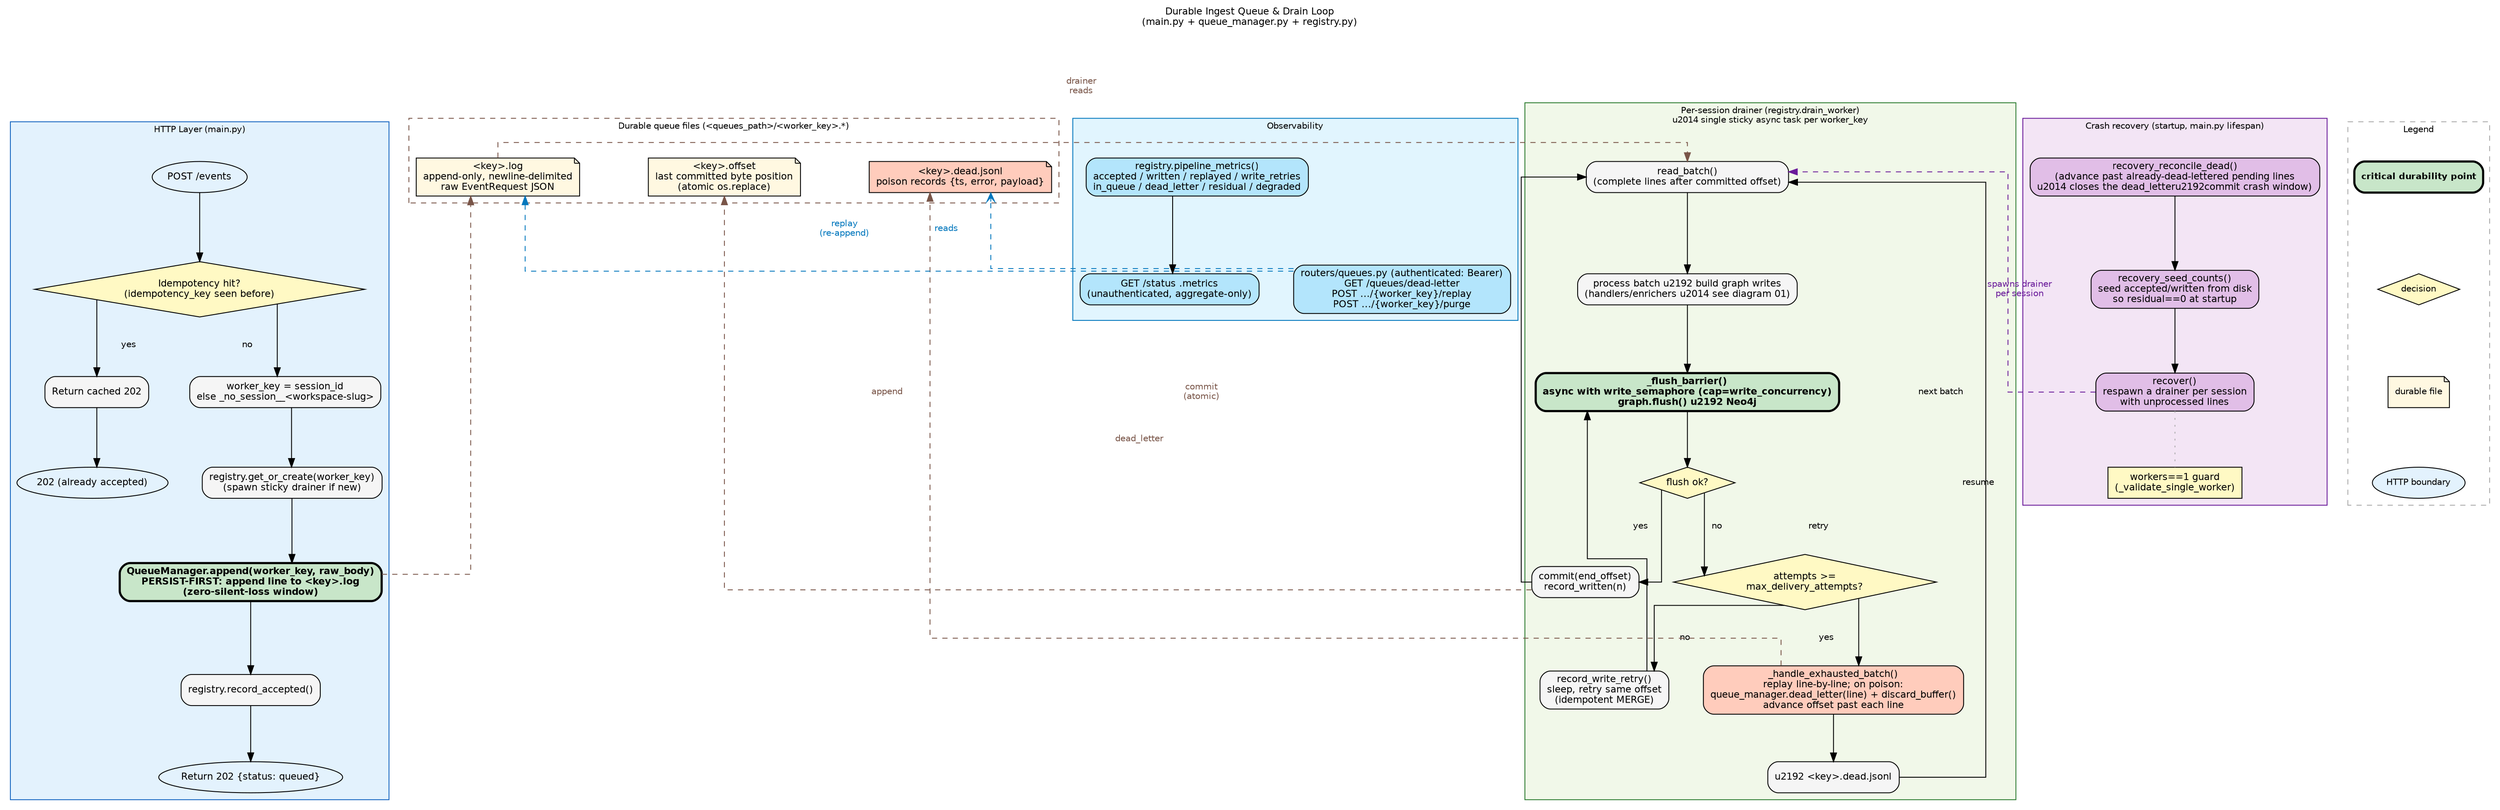
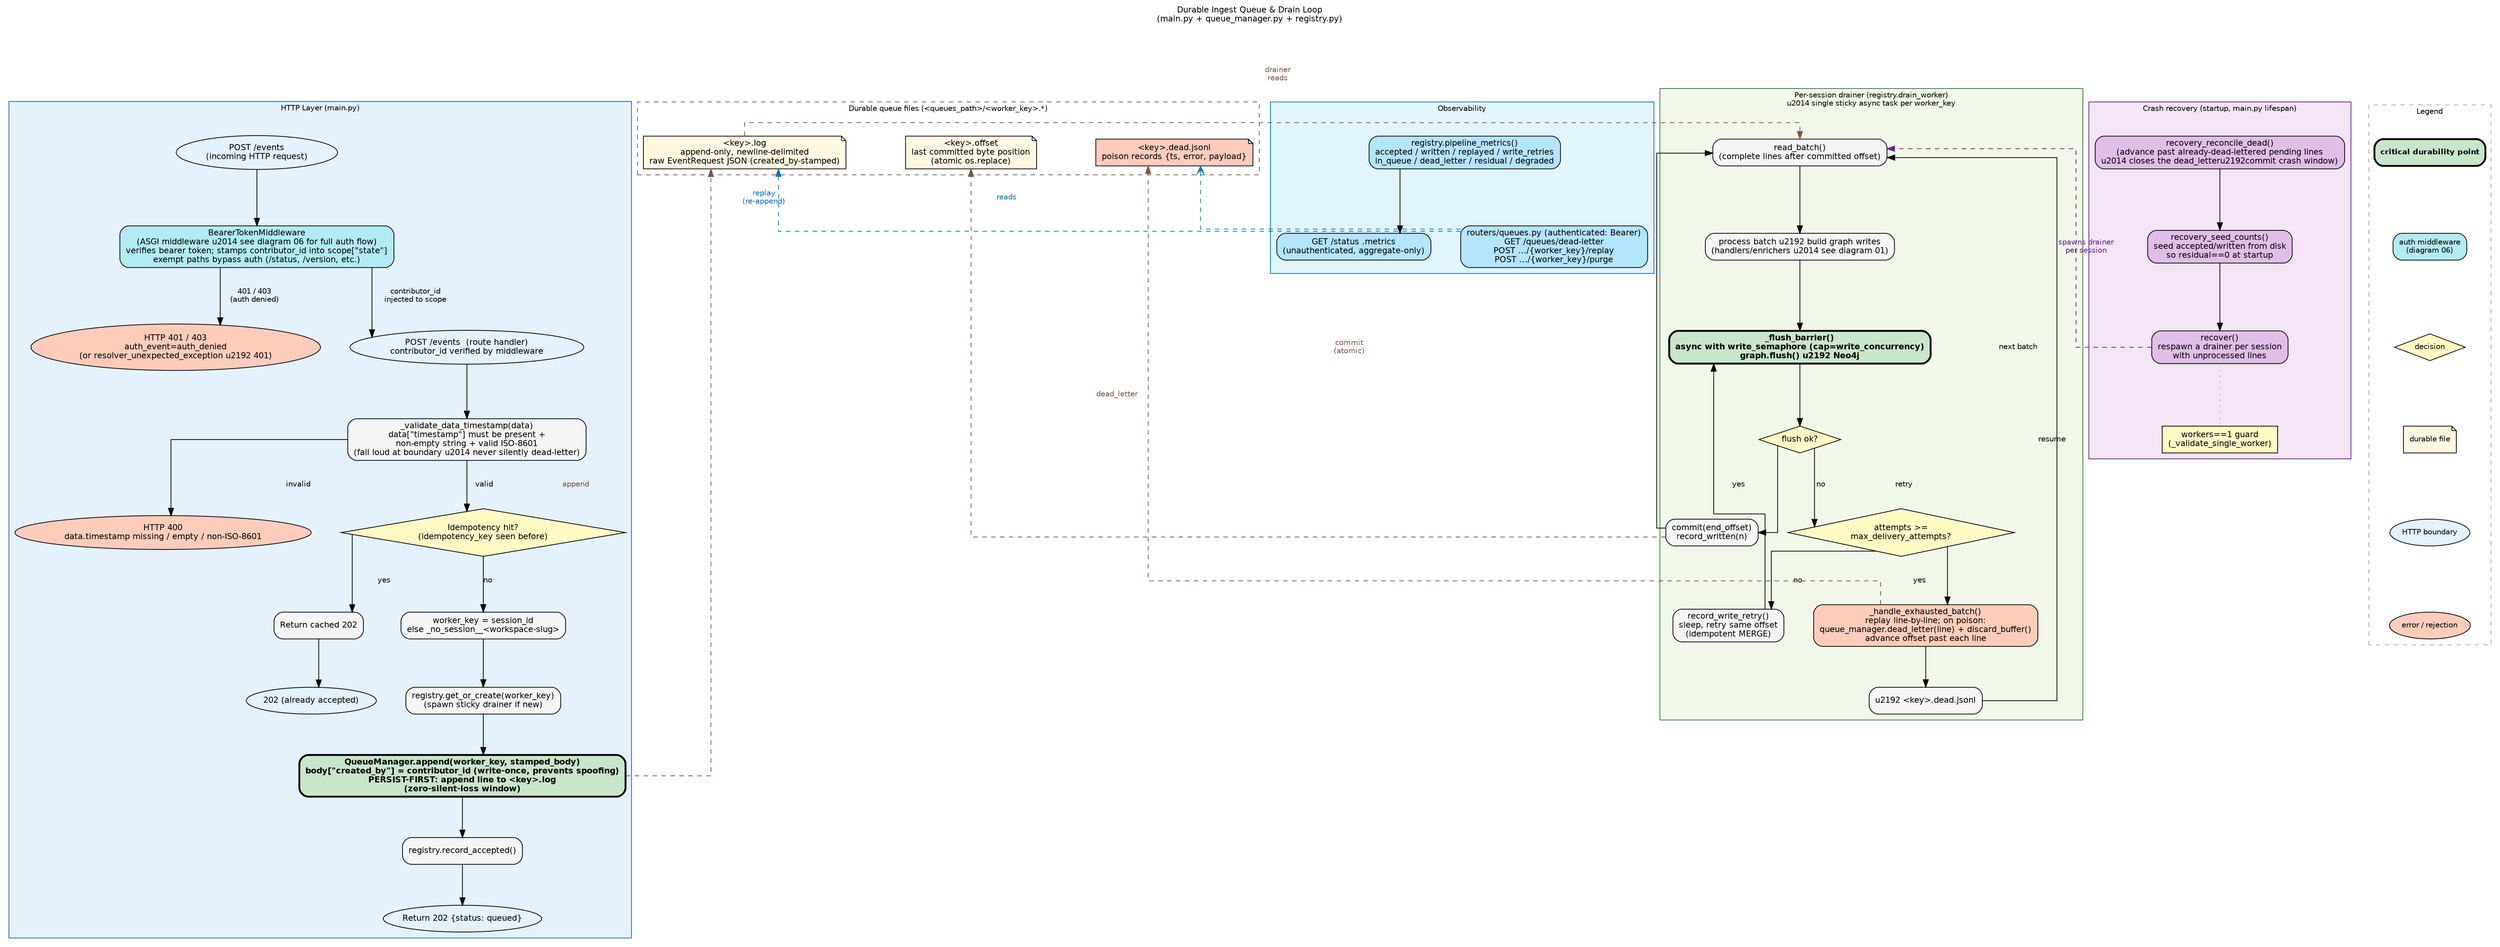
digraph durable_ingest_queue {
    // -- Global defaults ----------------------------------------------------------
    graph [
        rankdir   = TB
        splines   = ortho
        compound  = true
        nodesep   = 0.55
        ranksep   = 0.75
        fontname  = "Helvetica"
        fontsize  = 11
        label     = "Durable Ingest Queue & Drain Loop\n(main.py + queue_manager.py + registry.py)"
        labelloc  = t
        labeljust = c
    ]
    node [
        fontname = "Helvetica"
        fontsize = 11
        style    = "filled,rounded"
        shape    = box
    ]
    edge [
        fontname = "Helvetica"
        fontsize = 10
    ]

    // ============================================================
    // PHASE 1 \u2014 HTTP Layer (synchronous, returns fast)
    // ============================================================
    subgraph cluster_http {
        graph [
            label     = "HTTP Layer (main.py)"
            style     = "filled"
            color     = "#1565C0"
            fillcolor = "#E3F2FD"
            fontname  = "Helvetica"
            fontsize  = 10
        ]

+         ClientRequest [
+             label     = "POST /events\n(incoming HTTP request)"
+             shape     = oval
+             fillcolor = "#E3F2FD"
+         ]
+ 
+         BearerMiddleware [
+             label     = "BearerTokenMiddleware\n(ASGI middleware \u2014 see diagram 06 for full auth flow)\nverifies bearer token; stamps contributor_id into scope[\"state\"]\nexempt paths bypass auth (/status, /version, etc.)"
+             fillcolor = "#B2EBF2"
+         ]
+ 
+         Auth401Exit [
+             label     = "HTTP 401 / 403\nauth_event=auth_denied\n(or resolver_unexpected_exception \u2192 401)"
+             shape     = oval
+             fillcolor = "#FFCCBC"
+         ]
+ 
        PostEvents [
-             label     = "POST /events"
-             shape     = oval
-             fillcolor = "#E3F2FD"
+             label     = "POST /events  (route handler)\ncontributor_id verified by middleware"
+             shape     = oval
+             fillcolor = "#E3F2FD"
+         ]
+ 
+         ValidateTimestamp [
+             label     = "_validate_data_timestamp(data)\ndata[\"timestamp\"] must be present +\nnon-empty string + valid ISO-8601\n(fail loud at boundary \u2014 never silently dead-letter)"
+             fillcolor = "#F5F5F5"
+         ]
+ 
+         Return400 [
+             label     = "HTTP 400\ndata.timestamp missing / empty / non-ISO-8601"
+             shape     = oval
+             fillcolor = "#FFCCBC"
        ]

        IdempotencyHit [
            label     = "Idempotency hit?\n(idempotency_key seen before)"
            shape     = diamond
            fillcolor = "#FFF9C4"
            style     = filled
        ]

        ReturnCached [
            label     = "Return cached 202"
            fillcolor = "#F5F5F5"
        ]

        CachedExit [
            label     = "202 (already accepted)"
            shape     = oval
            fillcolor = "#E3F2FD"
        ]

        WorkerKey [
            label     = "worker_key = session_id\nelse _no_session__<workspace-slug>"
            fillcolor = "#F5F5F5"
        ]

        GetOrCreate [
            label     = "registry.get_or_create(worker_key)\n(spawn sticky drainer if new)"
            fillcolor = "#F5F5F5"
        ]

        QueueAppend [
-             label     = "QueueManager.append(worker_key, raw_body)\nPERSIST-FIRST: append line to <key>.log\n(zero-silent-loss window)"
+             label     = "QueueManager.append(worker_key, stamped_body)\nbody[\"created_by\"] = contributor_id (write-once, prevents spoofing)\nPERSIST-FIRST: append line to <key>.log\n(zero-silent-loss window)"
            fillcolor = "#C8E6C9"
            fontname  = "Helvetica-Bold"
            penwidth  = 2.5
        ]

        RecordAccepted [
            label     = "registry.record_accepted()"
            fillcolor = "#F5F5F5"
        ]

        Http202 [
            label     = "Return 202 {status: queued}"
            shape     = oval
            fillcolor = "#E3F2FD"
        ]
    }

    // ============================================================
    // PHASE 2 \u2014 Per-session drainer (single sticky async task)
    // ============================================================
    subgraph cluster_drainer {
        graph [
            label     = "Per-session drainer (registry.drain_worker)\n\u2014 single sticky async task per worker_key"
            style     = "filled"
            color     = "#2E7D32"
            fillcolor = "#F1F8E9"
            fontname  = "Helvetica"
            fontsize  = 10
        ]

        ReadBatch [
            label     = "read_batch()\n(complete lines after committed offset)"
            fillcolor = "#F5F5F5"
        ]

        ProcessBatch [
            label     = "process batch \u2192 build graph writes\n(handlers/enrichers \u2014 see diagram 01)"
            fillcolor = "#F5F5F5"
        ]

        FlushBarrier [
            label     = "_flush_barrier()\nasync with write_semaphore (cap=write_concurrency)\ngraph.flush() \u2192 Neo4j"
            fillcolor = "#C8E6C9"
            fontname  = "Helvetica-Bold"
            penwidth  = 2.5
        ]

        FlushOk [
            label     = "flush ok?"
            shape     = diamond
            fillcolor = "#FFF9C4"
            style     = filled
        ]

        CommitAndRecord [
            label     = "commit(end_offset)\nrecord_written(n)"
            fillcolor = "#F5F5F5"
        ]

        MaxAttempts [
            label     = "attempts >=\nmax_delivery_attempts?"
            shape     = diamond
            fillcolor = "#FFF9C4"
            style     = filled
        ]

        WriteRetry [
            label     = "record_write_retry()\nsleep, retry same offset\n(idempotent MERGE)"
            fillcolor = "#F5F5F5"
        ]

        HandleExhausted [
            label     = "_handle_exhausted_batch()\nreplay line-by-line; on poison:\nqueue_manager.dead_letter(line) + discard_buffer()\nadvance offset past each line"
            fillcolor = "#FFCCBC"
        ]

        DeadLetterOut [
            label     = "\u2192 <key>.dead.jsonl"
            fillcolor = "#F5F5F5"
        ]
    }

    // ============================================================
    // DURABLE FILES
    // ============================================================
    subgraph cluster_files {
        graph [
            label     = "Durable queue files (<queues_path>/<worker_key>.*)"
            style     = "dashed"
            color     = "#795548"
            fontname  = "Helvetica"
            fontsize  = 10
        ]

        { rank = same; FileLog; FileOffset; FileDeadLetter }

        FileLog [
-             label     = "<key>.log\nappend-only, newline-delimited\nraw EventRequest JSON"
+             label     = "<key>.log\nappend-only, newline-delimited\nraw EventRequest JSON (created_by-stamped)"
            shape     = note
            style     = filled
            fillcolor = "#FFF8E1"
        ]

        FileOffset [
            label     = "<key>.offset\nlast committed byte position\n(atomic os.replace)"
            shape     = note
            style     = filled
            fillcolor = "#FFF8E1"
        ]

        FileDeadLetter [
            label     = "<key>.dead.jsonl\npoison records {ts, error, payload}"
            shape     = note
            style     = filled
            fillcolor = "#FFCCBC"
        ]

        FileLog -> FileOffset -> FileDeadLetter [style = invis]
    }

    // ============================================================
    // CRASH RECOVERY (startup, main.py lifespan)
    // ============================================================
    subgraph cluster_recovery {
        graph [
            label     = "Crash recovery (startup, main.py lifespan)"
            style     = "filled"
            color     = "#6A1B9A"
            fillcolor = "#F3E5F5"
            fontname  = "Helvetica"
            fontsize  = 10
        ]

        ReconcileDead [
            label     = "recovery_reconcile_dead()\n(advance past already-dead-lettered pending lines\n\u2014 closes the dead_letter\u2192commit crash window)"
            fillcolor = "#E1BEE7"
        ]

        SeedCounts [
            label     = "recovery_seed_counts()\nseed accepted/written from disk\nso residual==0 at startup"
            fillcolor = "#E1BEE7"
        ]

        RecoverSpawn [
            label     = "recover()\nrespawn a drainer per session\nwith unprocessed lines"
            fillcolor = "#E1BEE7"
        ]

        WorkersGuard [
            label     = "workers==1 guard\n(_validate_single_worker)"
            fillcolor = "#FFF9C4"
            style     = filled
        ]

        ReconcileDead -> SeedCounts -> RecoverSpawn
        RecoverSpawn   -> WorkersGuard [style = dotted, color = "#AAAAAA", arrowhead = none]
    }

    // ============================================================
    // OBSERVABILITY
    // ============================================================
    subgraph cluster_observability {
        graph [
            label     = "Observability"
            style     = "filled"
            color     = "#0277BD"
            fillcolor = "#E1F5FE"
            fontname  = "Helvetica"
            fontsize  = 10
        ]

        PipelineMetrics [
            label     = "registry.pipeline_metrics()\naccepted / written / replayed / write_retries\nin_queue / dead_letter / residual / degraded"
            fillcolor = "#B3E5FC"
        ]

        StatusEndpoint [
            label     = "GET /status .metrics\n(unauthenticated, aggregate-only)"
            fillcolor = "#B3E5FC"
        ]

        QueuesEndpoint [
            label     = "routers/queues.py (authenticated: Bearer)\nGET /queues/dead-letter\nPOST .../{worker_key}/replay\nPOST .../{worker_key}/purge"
            fillcolor = "#B3E5FC"
        ]

        PipelineMetrics -> StatusEndpoint
        PipelineMetrics -> QueuesEndpoint [style = invis]
    }

    // ============================================================
    // PHASE 1 edges
    // ============================================================
-     PostEvents      -> IdempotencyHit
-     IdempotencyHit  -> ReturnCached   [label = "yes"]
+     ClientRequest   -> BearerMiddleware
+     BearerMiddleware -> Auth401Exit      [label = "401 / 403\n(auth denied)"]
+     BearerMiddleware -> PostEvents       [label = "contributor_id\ninjected to scope"]
+     PostEvents      -> ValidateTimestamp
+     ValidateTimestamp -> Return400       [label = "invalid"]
+     ValidateTimestamp -> IdempotencyHit  [label = "valid"]
+     IdempotencyHit  -> ReturnCached      [label = "yes"]
    ReturnCached    -> CachedExit
-     IdempotencyHit  -> WorkerKey      [label = "no"]
+     IdempotencyHit  -> WorkerKey         [label = "no"]
    WorkerKey       -> GetOrCreate
    GetOrCreate     -> QueueAppend
    QueueAppend     -> RecordAccepted
    RecordAccepted  -> Http202

    // ============================================================
    // PHASE 2 edges
    // ============================================================
    ReadBatch       -> ProcessBatch
    ProcessBatch    -> FlushBarrier
    FlushBarrier    -> FlushOk
    FlushOk         -> CommitAndRecord [label = "yes"]
    FlushOk         -> MaxAttempts     [label = "no"]
    CommitAndRecord -> ReadBatch       [label = "next batch", constraint = false]
    MaxAttempts     -> WriteRetry      [label = "no"]
    MaxAttempts     -> HandleExhausted [label = "yes"]
    WriteRetry      -> FlushBarrier    [label = "retry", constraint = false]
    HandleExhausted -> DeadLetterOut
    DeadLetterOut   -> ReadBatch       [label = "resume", constraint = false]

    // Recovery spawns drainer(s) at startup
    RecoverSpawn    -> ReadBatch [
        style      = dashed
        color      = "#6A1B9A"
        fontcolor  = "#6A1B9A"
        label      = "spawns drainer\nper session"
        constraint = false
    ]

    // ============================================================
    // DURABLE FILE edges (dashed \u2014 annotate the side-effects)
    // ============================================================
    QueueAppend      -> FileLog    [
        style      = dashed
        color      = "#795548"
        fontcolor  = "#795548"
        label      = "append"
        constraint = false
    ]
    CommitAndRecord  -> FileOffset [
        style      = dashed
        color      = "#795548"
        fontcolor  = "#795548"
        label      = "commit\n(atomic)"
        constraint = false
    ]
    HandleExhausted  -> FileDeadLetter [
        style      = dashed
        color      = "#795548"
        fontcolor  = "#795548"
        label      = "dead_letter"
        constraint = false
    ]

    // Drainer reads from the log (async consumption side)
    FileLog          -> ReadBatch [
        style      = dashed
        color      = "#795548"
        fontcolor  = "#795548"
        label      = "drainer\nreads"
        constraint = false
    ]

    // ============================================================
    // OBSERVABILITY edges
    // ============================================================
    QueuesEndpoint   -> FileDeadLetter [
        style      = dashed
        color      = "#0277BD"
        fontcolor  = "#0277BD"
        label      = "reads"
        arrowhead  = open
        constraint = false
    ]
    QueuesEndpoint   -> FileLog [
        style      = dashed
        color      = "#0277BD"
        fontcolor  = "#0277BD"
        label      = "replay\n(re-append)"
        constraint = false
    ]

    // ============================================================
    // LEGEND
    // ============================================================
    subgraph cluster_legend {
        graph [
            label     = "Legend"
            fontsize  = 10
            fontname  = "Helvetica"
            style     = "dashed"
            color     = "#AAAAAA"
        ]
        node [fontsize = 10]

        LegGreen [
            label     = "critical durability point"
            fillcolor = "#C8E6C9"
            fontname  = "Helvetica-Bold"
            penwidth  = 2.5
        ]
+         LegAuth [
+             label     = "auth middleware\n(diagram 06)"
+             fillcolor = "#B2EBF2"
+         ]
        LegDiamond [
            label     = "decision"
            shape     = diamond
            fillcolor = "#FFF9C4"
            style     = filled
        ]
        LegFile [
            label     = "durable file"
            shape     = note
            style     = filled
            fillcolor = "#FFF8E1"
        ]
        LegOval [
            label     = "HTTP boundary"
            shape     = oval
            fillcolor = "#E3F2FD"
        ]
- 
-         LegGreen -> LegDiamond -> LegFile -> LegOval [style = invis]
+         LegError [
+             label     = "error / rejection"
+             shape     = oval
+             fillcolor = "#FFCCBC"
+         ]
+ 
+         LegGreen -> LegAuth -> LegDiamond -> LegFile -> LegOval -> LegError [style = invis]
    }
}
